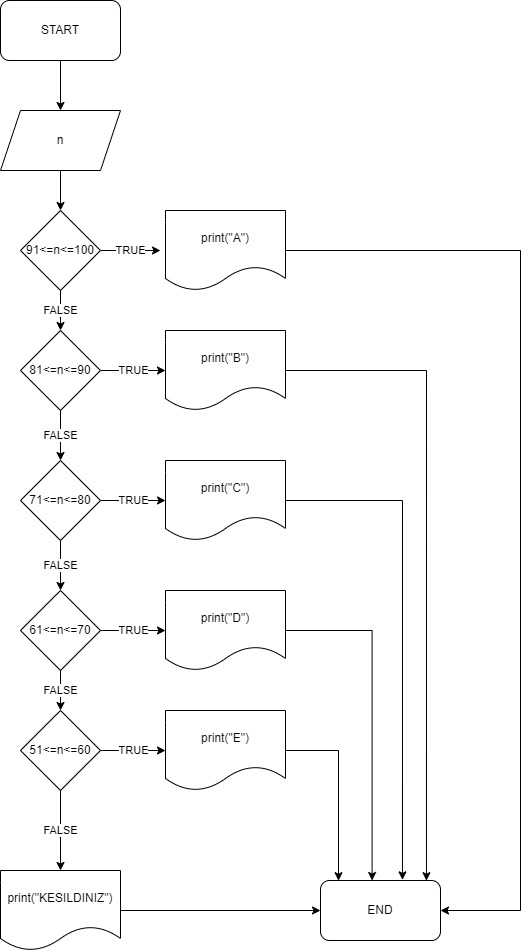
Above: Graduate/Graduate.png in Malik8008/Alqoritm-task2- (draw.io), before the change. Source tidied: cells renumbered, new cells last; positions are measured from the earlier drawing's top-left corner, leaving out a move shared by most shapes. Its diagram source:
```xml
<mxGraphModel>
  <root>
    <mxCell id="0" />
    <mxCell id="1" parent="0" />
    <mxCell id="2" style="edgeStyle=orthogonalEdgeStyle;rounded=0;jettySize=auto;html=1;" parent="1" edge="1" source="3" target="5">
      <mxGeometry relative="1" as="geometry" />
    </mxCell>
    <mxCell id="3" value="START" style="rounded=1;whiteSpace=wrap;html=1;" parent="1" vertex="1">
      <mxGeometry width="120" height="60" as="geometry" />
    </mxCell>
    <mxCell id="4" style="edgeStyle=orthogonalEdgeStyle;rounded=0;jettySize=auto;html=1;" parent="1" edge="1" source="5" target="8">
      <mxGeometry relative="1" as="geometry" />
    </mxCell>
    <mxCell id="5" value="n" style="shape=parallelogram;perimeter=parallelogramPerimeter;whiteSpace=wrap;html=1;fixedSize=1;" parent="1" vertex="1">
      <mxGeometry y="110" width="120" height="60" as="geometry" />
    </mxCell>
    <mxCell id="6" value="TRUE" style="edgeStyle=orthogonalEdgeStyle;rounded=0;jettySize=auto;html=1;" parent="1" edge="1" source="8">
      <mxGeometry relative="1" as="geometry">
        <mxPoint x="160" y="250" as="targetPoint" />
      </mxGeometry>
    </mxCell>
    <mxCell id="7" value="FALSE" style="edgeStyle=orthogonalEdgeStyle;rounded=0;jettySize=auto;html=1;" parent="1" edge="1" source="8" target="13">
      <mxGeometry relative="1" as="geometry" />
    </mxCell>
    <mxCell id="8" value="91&amp;lt;=n&amp;lt;=100" style="rhombus;whiteSpace=wrap;html=1;" parent="1" vertex="1">
      <mxGeometry x="20" y="210" width="80" height="80" as="geometry" />
    </mxCell>
    <mxCell id="9" style="edgeStyle=orthogonalEdgeStyle;rounded=0;jettySize=auto;html=1;entryX=1;entryY=0.5;entryDx=0;entryDy=0;" parent="1" edge="1" source="10" target="33">
      <mxGeometry relative="1" as="geometry">
        <Array as="points">
          <mxPoint x="520" y="250" />
          <mxPoint x="520" y="910" />
        </Array>
      </mxGeometry>
    </mxCell>
    <mxCell id="10" value="print(&quot;A&quot;)" style="shape=document;whiteSpace=wrap;html=1;boundedLbl=1;" parent="1" vertex="1">
      <mxGeometry x="165" y="210" width="120" height="80" as="geometry" />
    </mxCell>
    <mxCell id="11" value="FALSE" style="edgeStyle=orthogonalEdgeStyle;rounded=0;jettySize=auto;html=1;" parent="1" edge="1" source="13" target="16">
      <mxGeometry relative="1" as="geometry" />
    </mxCell>
    <mxCell id="12" value="TRUE" style="edgeStyle=orthogonalEdgeStyle;rounded=0;jettySize=auto;html=1;" parent="1" edge="1" source="13" target="24">
      <mxGeometry relative="1" as="geometry" />
    </mxCell>
    <mxCell id="13" value="81&amp;lt;=n&amp;lt;=90" style="rhombus;whiteSpace=wrap;html=1;" parent="1" vertex="1">
      <mxGeometry x="20" y="330" width="80" height="80" as="geometry" />
    </mxCell>
    <mxCell id="14" value="FALSE" style="edgeStyle=orthogonalEdgeStyle;rounded=0;jettySize=auto;html=1;" parent="1" edge="1" source="16" target="19">
      <mxGeometry relative="1" as="geometry" />
    </mxCell>
    <mxCell id="15" value="TRUE" style="edgeStyle=orthogonalEdgeStyle;rounded=0;jettySize=auto;html=1;" parent="1" edge="1" source="16" target="26">
      <mxGeometry relative="1" as="geometry" />
    </mxCell>
    <mxCell id="16" value="71&amp;lt;=n&amp;lt;=80" style="rhombus;whiteSpace=wrap;html=1;" parent="1" vertex="1">
      <mxGeometry x="20" y="460" width="80" height="80" as="geometry" />
    </mxCell>
    <mxCell id="17" value="FALSE" style="edgeStyle=orthogonalEdgeStyle;rounded=0;jettySize=auto;html=1;" parent="1" edge="1" source="19" target="22">
      <mxGeometry relative="1" as="geometry" />
    </mxCell>
    <mxCell id="18" value="TRUE" style="edgeStyle=orthogonalEdgeStyle;rounded=0;jettySize=auto;html=1;" parent="1" edge="1" source="19" target="28">
      <mxGeometry relative="1" as="geometry" />
    </mxCell>
    <mxCell id="19" value="61&amp;lt;=n&amp;lt;=70" style="rhombus;whiteSpace=wrap;html=1;" parent="1" vertex="1">
      <mxGeometry x="20" y="590" width="80" height="80" as="geometry" />
    </mxCell>
    <mxCell id="20" value="FALSE" style="edgeStyle=orthogonalEdgeStyle;rounded=0;jettySize=auto;html=1;" parent="1" edge="1" source="22" target="32">
      <mxGeometry relative="1" as="geometry" />
    </mxCell>
    <mxCell id="21" value="TRUE" style="edgeStyle=orthogonalEdgeStyle;rounded=0;jettySize=auto;html=1;" parent="1" edge="1" source="22" target="30">
      <mxGeometry relative="1" as="geometry" />
    </mxCell>
    <mxCell id="22" value="51&amp;lt;=n&amp;lt;=60" style="rhombus;whiteSpace=wrap;html=1;" parent="1" vertex="1">
      <mxGeometry x="20" y="710" width="80" height="80" as="geometry" />
    </mxCell>
    <mxCell id="23" style="edgeStyle=orthogonalEdgeStyle;rounded=0;jettySize=auto;html=1;entryX=0.883;entryY=0.003;entryDx=0;entryDy=0;entryPerimeter=0;" parent="1" edge="1" source="24" target="33">
      <mxGeometry relative="1" as="geometry" />
    </mxCell>
    <mxCell id="24" value="print(&quot;B&quot;)" style="shape=document;whiteSpace=wrap;html=1;boundedLbl=1;" parent="1" vertex="1">
      <mxGeometry x="165" y="330" width="120" height="80" as="geometry" />
    </mxCell>
    <mxCell id="25" style="edgeStyle=orthogonalEdgeStyle;rounded=0;jettySize=auto;html=1;entryX=0.683;entryY=-0.01;entryDx=0;entryDy=0;entryPerimeter=0;" parent="1" edge="1" source="26" target="33">
      <mxGeometry relative="1" as="geometry" />
    </mxCell>
    <mxCell id="26" value="print(&quot;C&quot;)" style="shape=document;whiteSpace=wrap;html=1;boundedLbl=1;" parent="1" vertex="1">
      <mxGeometry x="165" y="460" width="120" height="80" as="geometry" />
    </mxCell>
    <mxCell id="27" style="edgeStyle=orthogonalEdgeStyle;rounded=0;jettySize=auto;html=1;entryX=0.43;entryY=0;entryDx=0;entryDy=0;entryPerimeter=0;" parent="1" edge="1" source="28" target="33">
      <mxGeometry relative="1" as="geometry" />
    </mxCell>
    <mxCell id="28" value="print(&quot;D&quot;)" style="shape=document;whiteSpace=wrap;html=1;boundedLbl=1;" parent="1" vertex="1">
      <mxGeometry x="165" y="590" width="120" height="80" as="geometry" />
    </mxCell>
    <mxCell id="29" style="edgeStyle=orthogonalEdgeStyle;rounded=0;jettySize=auto;html=1;entryX=0.15;entryY=0.003;entryDx=0;entryDy=0;entryPerimeter=0;" parent="1" edge="1" source="30" target="33">
      <mxGeometry relative="1" as="geometry" />
    </mxCell>
    <mxCell id="30" value="print(&quot;E&quot;)" style="shape=document;whiteSpace=wrap;html=1;boundedLbl=1;" parent="1" vertex="1">
      <mxGeometry x="165" y="710" width="120" height="80" as="geometry" />
    </mxCell>
    <mxCell id="31" style="edgeStyle=orthogonalEdgeStyle;rounded=0;jettySize=auto;html=1;entryX=0;entryY=0.5;entryDx=0;entryDy=0;" parent="1" edge="1" source="32" target="33">
      <mxGeometry relative="1" as="geometry" />
    </mxCell>
    <mxCell id="32" value="print(&quot;KESILDINIZ&quot;)" style="shape=document;whiteSpace=wrap;html=1;boundedLbl=1;" parent="1" vertex="1">
      <mxGeometry y="870" width="120" height="80" as="geometry" />
    </mxCell>
    <mxCell id="33" value="END" style="rounded=1;whiteSpace=wrap;html=1;" parent="1" vertex="1">
      <mxGeometry x="320" y="880" width="120" height="60" as="geometry" />
    </mxCell>
  </root>
</mxGraphModel>
```
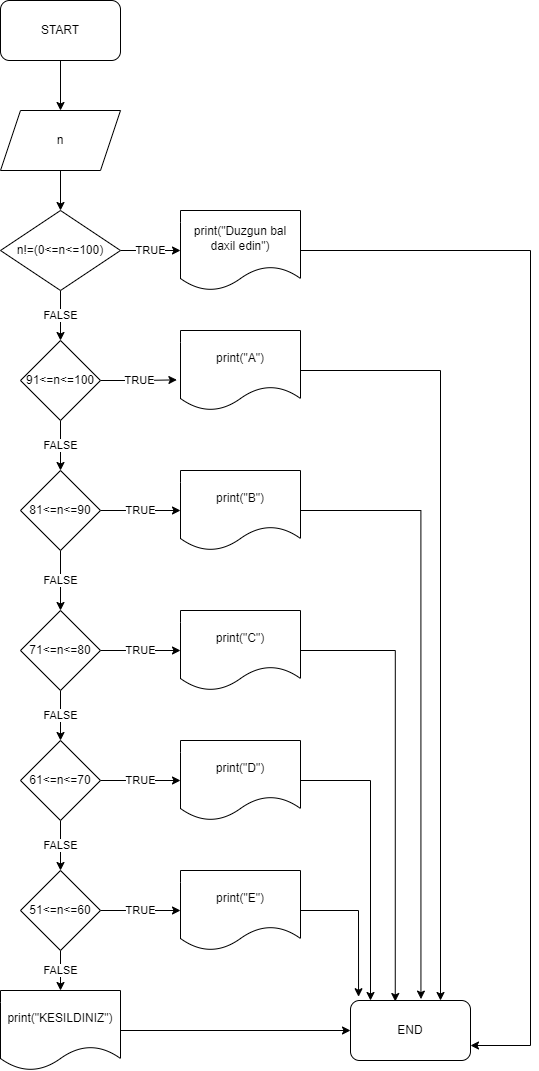
After the change.

Commit message:
Bal sistemi added

What changed in the source:
```diff
@@ -8,33 +8,26 @@
     <mxCell id="3" value="START" style="rounded=1;whiteSpace=wrap;html=1;" parent="1" vertex="1">
       <mxGeometry width="120" height="60" as="geometry" />
     </mxCell>
-    <mxCell id="4" style="edgeStyle=orthogonalEdgeStyle;rounded=0;jettySize=auto;html=1;" parent="1" edge="1" source="5" target="8">
-      <mxGeometry relative="1" as="geometry" />
-    </mxCell>
+    <mxCell id="34" style="edgeStyle=orthogonalEdgeStyle;rounded=0;jettySize=auto;html=1;" parent="1" edge="1" source="5" target="38">
+      <mxGeometry relative="1" as="geometry" />
+    </mxCell>
     <mxCell id="5" value="n" style="shape=parallelogram;perimeter=parallelogramPerimeter;whiteSpace=wrap;html=1;fixedSize=1;" parent="1" vertex="1">
       <mxGeometry y="110" width="120" height="60" as="geometry" />
     </mxCell>
-    <mxCell id="6" value="TRUE" style="edgeStyle=orthogonalEdgeStyle;rounded=0;jettySize=auto;html=1;" parent="1" edge="1" source="8">
-      <mxGeometry relative="1" as="geometry">
-        <mxPoint x="160" y="250" as="targetPoint" />
-      </mxGeometry>
+    <mxCell id="6" value="TRUE" style="edgeStyle=orthogonalEdgeStyle;rounded=0;jettySize=auto;html=1;entryX=-0.03;entryY=0.617;entryDx=0;entryDy=0;entryPerimeter=0;" parent="1" edge="1" source="8" target="10">
+      <mxGeometry relative="1" as="geometry" />
     </mxCell>
     <mxCell id="7" value="FALSE" style="edgeStyle=orthogonalEdgeStyle;rounded=0;jettySize=auto;html=1;" parent="1" edge="1" source="8" target="13">
       <mxGeometry relative="1" as="geometry" />
     </mxCell>
     <mxCell id="8" value="91&amp;lt;=n&amp;lt;=100" style="rhombus;whiteSpace=wrap;html=1;" parent="1" vertex="1">
-      <mxGeometry x="20" y="210" width="80" height="80" as="geometry" />
+      <mxGeometry x="20" y="340" width="80" height="80" as="geometry" />
     </mxCell>
-    <mxCell id="9" style="edgeStyle=orthogonalEdgeStyle;rounded=0;jettySize=auto;html=1;entryX=1;entryY=0.5;entryDx=0;entryDy=0;" parent="1" edge="1" source="10" target="33">
-      <mxGeometry relative="1" as="geometry">
-        <Array as="points">
-          <mxPoint x="520" y="250" />
-          <mxPoint x="520" y="910" />
-        </Array>
-      </mxGeometry>
+    <mxCell id="9" style="edgeStyle=orthogonalEdgeStyle;rounded=0;jettySize=auto;html=1;entryX=0.75;entryY=0;entryDx=0;entryDy=0;" parent="1" edge="1" source="10" target="33">
+      <mxGeometry relative="1" as="geometry" />
     </mxCell>
     <mxCell id="10" value="print(&quot;A&quot;)" style="shape=document;whiteSpace=wrap;html=1;boundedLbl=1;" parent="1" vertex="1">
-      <mxGeometry x="165" y="210" width="120" height="80" as="geometry" />
+      <mxGeometry x="180" y="330" width="120" height="80" as="geometry" />
     </mxCell>
     <mxCell id="11" value="FALSE" style="edgeStyle=orthogonalEdgeStyle;rounded=0;jettySize=auto;html=1;" parent="1" edge="1" source="13" target="16">
       <mxGeometry relative="1" as="geometry" />
@@ -43,7 +36,7 @@
       <mxGeometry relative="1" as="geometry" />
     </mxCell>
     <mxCell id="13" value="81&amp;lt;=n&amp;lt;=90" style="rhombus;whiteSpace=wrap;html=1;" parent="1" vertex="1">
-      <mxGeometry x="20" y="330" width="80" height="80" as="geometry" />
+      <mxGeometry x="20" y="470" width="80" height="80" as="geometry" />
     </mxCell>
     <mxCell id="14" value="FALSE" style="edgeStyle=orthogonalEdgeStyle;rounded=0;jettySize=auto;html=1;" parent="1" edge="1" source="16" target="19">
       <mxGeometry relative="1" as="geometry" />
@@ -52,7 +45,7 @@
       <mxGeometry relative="1" as="geometry" />
     </mxCell>
     <mxCell id="16" value="71&amp;lt;=n&amp;lt;=80" style="rhombus;whiteSpace=wrap;html=1;" parent="1" vertex="1">
-      <mxGeometry x="20" y="460" width="80" height="80" as="geometry" />
+      <mxGeometry x="20" y="610" width="80" height="80" as="geometry" />
     </mxCell>
     <mxCell id="17" value="FALSE" style="edgeStyle=orthogonalEdgeStyle;rounded=0;jettySize=auto;html=1;" parent="1" edge="1" source="19" target="22">
       <mxGeometry relative="1" as="geometry" />
@@ -61,7 +54,7 @@
       <mxGeometry relative="1" as="geometry" />
     </mxCell>
     <mxCell id="19" value="61&amp;lt;=n&amp;lt;=70" style="rhombus;whiteSpace=wrap;html=1;" parent="1" vertex="1">
-      <mxGeometry x="20" y="590" width="80" height="80" as="geometry" />
+      <mxGeometry x="20" y="740" width="80" height="80" as="geometry" />
     </mxCell>
     <mxCell id="20" value="FALSE" style="edgeStyle=orthogonalEdgeStyle;rounded=0;jettySize=auto;html=1;" parent="1" edge="1" source="22" target="32">
       <mxGeometry relative="1" as="geometry" />
@@ -70,40 +63,62 @@
       <mxGeometry relative="1" as="geometry" />
     </mxCell>
     <mxCell id="22" value="51&amp;lt;=n&amp;lt;=60" style="rhombus;whiteSpace=wrap;html=1;" parent="1" vertex="1">
-      <mxGeometry x="20" y="710" width="80" height="80" as="geometry" />
+      <mxGeometry x="20" y="870" width="80" height="80" as="geometry" />
     </mxCell>
-    <mxCell id="23" style="edgeStyle=orthogonalEdgeStyle;rounded=0;jettySize=auto;html=1;entryX=0.883;entryY=0.003;entryDx=0;entryDy=0;entryPerimeter=0;" parent="1" edge="1" source="24" target="33">
+    <mxCell id="23" style="edgeStyle=orthogonalEdgeStyle;rounded=0;jettySize=auto;html=1;entryX=0.587;entryY=-0.023;entryDx=0;entryDy=0;entryPerimeter=0;" parent="1" edge="1" source="24" target="33">
       <mxGeometry relative="1" as="geometry" />
     </mxCell>
     <mxCell id="24" value="print(&quot;B&quot;)" style="shape=document;whiteSpace=wrap;html=1;boundedLbl=1;" parent="1" vertex="1">
-      <mxGeometry x="165" y="330" width="120" height="80" as="geometry" />
+      <mxGeometry x="180" y="470" width="120" height="80" as="geometry" />
     </mxCell>
-    <mxCell id="25" style="edgeStyle=orthogonalEdgeStyle;rounded=0;jettySize=auto;html=1;entryX=0.683;entryY=-0.01;entryDx=0;entryDy=0;entryPerimeter=0;" parent="1" edge="1" source="26" target="33">
+    <mxCell id="25" style="edgeStyle=orthogonalEdgeStyle;rounded=0;jettySize=auto;html=1;entryX=0.373;entryY=0.017;entryDx=0;entryDy=0;entryPerimeter=0;" parent="1" edge="1" source="26" target="33">
       <mxGeometry relative="1" as="geometry" />
     </mxCell>
     <mxCell id="26" value="print(&quot;C&quot;)" style="shape=document;whiteSpace=wrap;html=1;boundedLbl=1;" parent="1" vertex="1">
-      <mxGeometry x="165" y="460" width="120" height="80" as="geometry" />
+      <mxGeometry x="180" y="610" width="120" height="80" as="geometry" />
     </mxCell>
-    <mxCell id="27" style="edgeStyle=orthogonalEdgeStyle;rounded=0;jettySize=auto;html=1;entryX=0.43;entryY=0;entryDx=0;entryDy=0;entryPerimeter=0;" parent="1" edge="1" source="28" target="33">
-      <mxGeometry relative="1" as="geometry" />
-    </mxCell>
+    <mxCell id="35" style="edgeStyle=orthogonalEdgeStyle;rounded=0;jettySize=auto;html=1;" parent="1" edge="1" source="28">
+      <mxGeometry relative="1" as="geometry">
+        <mxPoint x="370" y="1000" as="targetPoint" />
+      </mxGeometry>
+    </mxCell>
     <mxCell id="28" value="print(&quot;D&quot;)" style="shape=document;whiteSpace=wrap;html=1;boundedLbl=1;" parent="1" vertex="1">
-      <mxGeometry x="165" y="590" width="120" height="80" as="geometry" />
+      <mxGeometry x="180" y="740" width="120" height="80" as="geometry" />
     </mxCell>
-    <mxCell id="29" style="edgeStyle=orthogonalEdgeStyle;rounded=0;jettySize=auto;html=1;entryX=0.15;entryY=0.003;entryDx=0;entryDy=0;entryPerimeter=0;" parent="1" edge="1" source="30" target="33">
+    <mxCell id="29" style="edgeStyle=orthogonalEdgeStyle;rounded=0;jettySize=auto;html=1;entryX=0.067;entryY=-0.063;entryDx=0;entryDy=0;entryPerimeter=0;" parent="1" edge="1" source="30" target="33">
       <mxGeometry relative="1" as="geometry" />
     </mxCell>
     <mxCell id="30" value="print(&quot;E&quot;)" style="shape=document;whiteSpace=wrap;html=1;boundedLbl=1;" parent="1" vertex="1">
-      <mxGeometry x="165" y="710" width="120" height="80" as="geometry" />
+      <mxGeometry x="180" y="870" width="120" height="80" as="geometry" />
     </mxCell>
     <mxCell id="31" style="edgeStyle=orthogonalEdgeStyle;rounded=0;jettySize=auto;html=1;entryX=0;entryY=0.5;entryDx=0;entryDy=0;" parent="1" edge="1" source="32" target="33">
       <mxGeometry relative="1" as="geometry" />
     </mxCell>
     <mxCell id="32" value="print(&quot;KESILDINIZ&quot;)" style="shape=document;whiteSpace=wrap;html=1;boundedLbl=1;" parent="1" vertex="1">
-      <mxGeometry y="870" width="120" height="80" as="geometry" />
+      <mxGeometry y="990" width="120" height="80" as="geometry" />
     </mxCell>
     <mxCell id="33" value="END" style="rounded=1;whiteSpace=wrap;html=1;" parent="1" vertex="1">
-      <mxGeometry x="320" y="880" width="120" height="60" as="geometry" />
+      <mxGeometry x="350" y="1000" width="120" height="60" as="geometry" />
     </mxCell>
+    <mxCell id="36" value="FALSE" style="edgeStyle=orthogonalEdgeStyle;rounded=0;jettySize=auto;html=1;" parent="1" edge="1" source="38" target="8">
+      <mxGeometry relative="1" as="geometry" />
+    </mxCell>
+    <mxCell id="37" value="TRUE" style="edgeStyle=orthogonalEdgeStyle;rounded=0;jettySize=auto;html=1;" parent="1" edge="1" source="38" target="40">
+      <mxGeometry relative="1" as="geometry" />
+    </mxCell>
+    <mxCell id="38" value="n!=(0&amp;lt;=n&amp;lt;=100)" style="rhombus;whiteSpace=wrap;html=1;" parent="1" vertex="1">
+      <mxGeometry y="210" width="120" height="80" as="geometry" />
+    </mxCell>
+    <mxCell id="39" style="edgeStyle=orthogonalEdgeStyle;rounded=0;jettySize=auto;html=1;entryX=1;entryY=0.75;entryDx=0;entryDy=0;" parent="1" edge="1" source="40" target="33">
+      <mxGeometry relative="1" as="geometry">
+        <Array as="points">
+          <mxPoint x="530" y="250" />
+          <mxPoint x="530" y="1045" />
+        </Array>
+      </mxGeometry>
+    </mxCell>
+    <mxCell id="40" value="print(&quot;Duzgun bal daxil edin&quot;)" style="shape=document;whiteSpace=wrap;html=1;boundedLbl=1;" parent="1" vertex="1">
+      <mxGeometry x="180" y="210" width="120" height="80" as="geometry" />
+    </mxCell>
   </root>
 </mxGraphModel>
```
